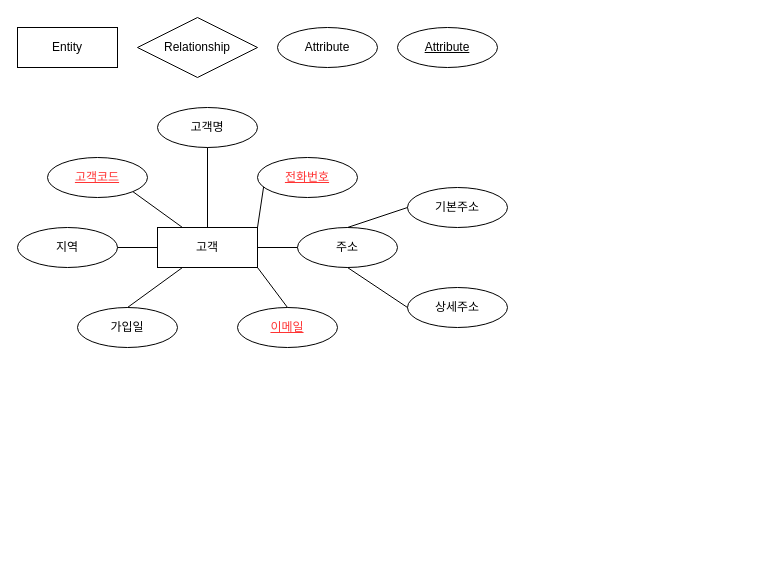
Above: 제목 없는 다이어그램.drawio in suhyun5252/til-dbms (draw.io), before the change. Source tidied: cells renumbered, new cells numbered last; positions are measured from the earlier drawing's top-left corner, leaving out a move shared by most shapes. Both pictures are drawn from the tidied source at 100%, with x=0, y=0 at pixel (17, 17).
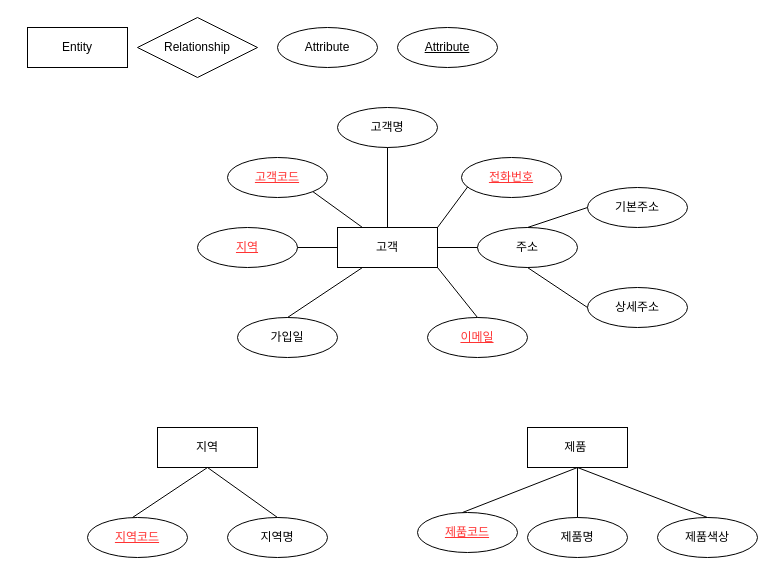
The same diagram, later.

Commit message:
제목 없는 다이어그램.drawio 업데이트

What changed in the source:
```diff
@@
     <mxCell id="2" value="Entity" style="whiteSpace=wrap;html=1;align=center;" parent="1" vertex="1">
-      <mxGeometry y="10" width="100" height="40" as="geometry" />
+      <mxGeometry x="10" y="10" width="100" height="40" as="geometry" />
     </mxCell>
@@
     <mxCell id="6" value="고객" style="whiteSpace=wrap;html=1;align=center;" parent="1" vertex="1">
-      <mxGeometry x="140" y="210" width="100" height="40" as="geometry" />
+      <mxGeometry x="320" y="210" width="100" height="40" as="geometry" />
     </mxCell>
     <mxCell id="7" value="&lt;font style=&quot;color: rgb(255, 51, 51);&quot;&gt;&lt;u&gt;고객코드&lt;/u&gt;&lt;/font&gt;" style="ellipse;whiteSpace=wrap;html=1;align=center;" parent="1" vertex="1">
-      <mxGeometry x="30" y="140" width="100" height="40" as="geometry" />
+      <mxGeometry x="210" y="140" width="100" height="40" as="geometry" />
     </mxCell>
     <mxCell id="8" value="고객명" style="ellipse;whiteSpace=wrap;html=1;align=center;" parent="1" vertex="1">
-      <mxGeometry x="140" y="90" width="100" height="40" as="geometry" />
+      <mxGeometry x="320" y="90" width="100" height="40" as="geometry" />
     </mxCell>
     <mxCell id="9" value="&lt;font style=&quot;color: rgb(255, 51, 51);&quot;&gt;&lt;u&gt;전화번호&lt;/u&gt;&lt;/font&gt;" style="ellipse;whiteSpace=wrap;html=1;align=center;" parent="1" vertex="1">
-      <mxGeometry x="240" y="140" width="100" height="40" as="geometry" />
+      <mxGeometry x="444" y="140" width="100" height="40" as="geometry" />
     </mxCell>
     <mxCell id="10" value="&lt;font style=&quot;color: rgb(255, 51, 51);&quot;&gt;&lt;u&gt;이메일&lt;/u&gt;&lt;/font&gt;" style="ellipse;whiteSpace=wrap;html=1;align=center;" parent="1" vertex="1">
-      <mxGeometry x="220" y="290" width="100" height="40" as="geometry" />
+      <mxGeometry x="410" y="300" width="100" height="40" as="geometry" />
     </mxCell>
     <mxCell id="11" value="주소" style="ellipse;whiteSpace=wrap;html=1;align=center;" parent="1" vertex="1">
-      <mxGeometry x="280" y="210" width="100" height="40" as="geometry" />
+      <mxGeometry x="460" y="210" width="100" height="40" as="geometry" />
     </mxCell>
     <mxCell id="12" value="가입일" style="ellipse;whiteSpace=wrap;html=1;align=center;" parent="1" vertex="1">
-      <mxGeometry x="60" y="290" width="100" height="40" as="geometry" />
+      <mxGeometry x="220" y="300" width="100" height="40" as="geometry" />
     </mxCell>
-    <mxCell id="13" value="지역" style="ellipse;whiteSpace=wrap;html=1;align=center;" parent="1" vertex="1">
-      <mxGeometry y="210" width="100" height="40" as="geometry" />
+    <mxCell id="13" value="&lt;font style=&quot;color: rgb(255, 51, 51);&quot;&gt;&lt;u&gt;지역&lt;/u&gt;&lt;/font&gt;" style="ellipse;whiteSpace=wrap;html=1;align=center;" parent="1" vertex="1">
+      <mxGeometry x="180" y="210" width="100" height="40" as="geometry" />
     </mxCell>
@@
     <mxCell id="21" value="기본주소" style="ellipse;whiteSpace=wrap;html=1;align=center;" parent="1" vertex="1">
-      <mxGeometry x="390" y="170" width="100" height="40" as="geometry" />
+      <mxGeometry x="570" y="170" width="100" height="40" as="geometry" />
     </mxCell>
     <mxCell id="22" value="상세주소" style="ellipse;whiteSpace=wrap;html=1;align=center;" parent="1" vertex="1">
-      <mxGeometry x="390" y="270" width="100" height="40" as="geometry" />
+      <mxGeometry x="570" y="270" width="100" height="40" as="geometry" />
     </mxCell>
@@
+    <mxCell id="25" value="지역" style="whiteSpace=wrap;html=1;align=center;" parent="1" vertex="1">
+      <mxGeometry x="140" y="410" width="100" height="40" as="geometry" />
+    </mxCell>
+    <mxCell id="26" value="&lt;font style=&quot;color: rgb(255, 51, 51);&quot;&gt;&lt;u&gt;지역코드&lt;/u&gt;&lt;/font&gt;" style="ellipse;whiteSpace=wrap;html=1;align=center;" parent="1" vertex="1">
+      <mxGeometry x="70" y="500" width="100" height="40" as="geometry" />
+    </mxCell>
+    <mxCell id="27" value="지역명" style="ellipse;whiteSpace=wrap;html=1;align=center;" parent="1" vertex="1">
+      <mxGeometry x="210" y="500" width="100" height="40" as="geometry" />
+    </mxCell>
+    <mxCell id="28" style="endArrow=none;html=1;rounded=0;exitX=0.45;exitY=0;exitDx=0;exitDy=0;entryX=0.5;entryY=1;entryDx=0;entryDy=0;exitPerimeter=0;" parent="1" edge="1" source="26" target="25">
+      <mxGeometry relative="1" as="geometry" />
+    </mxCell>
+    <mxCell id="29" style="endArrow=none;html=1;rounded=0;exitX=0.5;exitY=0;exitDx=0;exitDy=0;entryX=0.5;entryY=1;entryDx=0;entryDy=0;" parent="1" edge="1" source="27" target="25">
+      <mxGeometry relative="1" as="geometry" />
+    </mxCell>
+    <mxCell id="30" value="제품&amp;nbsp;" style="whiteSpace=wrap;html=1;align=center;" parent="1" vertex="1">
+      <mxGeometry x="510" y="410" width="100" height="40" as="geometry" />
+    </mxCell>
+    <mxCell id="31" value="&lt;font style=&quot;color: rgb(255, 51, 51);&quot;&gt;&lt;u&gt;제품코드&lt;/u&gt;&lt;/font&gt;" style="ellipse;whiteSpace=wrap;html=1;align=center;" parent="1" vertex="1">
+      <mxGeometry x="400" y="495" width="100" height="40" as="geometry" />
+    </mxCell>
+    <mxCell id="32" value="제품색상" style="ellipse;whiteSpace=wrap;html=1;align=center;" parent="1" vertex="1">
+      <mxGeometry x="640" y="500" width="100" height="40" as="geometry" />
+    </mxCell>
+    <mxCell id="33" style="endArrow=none;html=1;rounded=0;exitX=0.45;exitY=0;exitDx=0;exitDy=0;entryX=0.5;entryY=1;entryDx=0;entryDy=0;exitPerimeter=0;" parent="1" edge="1" source="31" target="30">
+      <mxGeometry relative="1" as="geometry" />
+    </mxCell>
+    <mxCell id="34" style="endArrow=none;html=1;rounded=0;exitX=0.5;exitY=0;exitDx=0;exitDy=0;entryX=0.5;entryY=1;entryDx=0;entryDy=0;" parent="1" edge="1" source="32" target="30">
+      <mxGeometry relative="1" as="geometry" />
+    </mxCell>
+    <mxCell id="35" value="제품명" style="ellipse;whiteSpace=wrap;html=1;align=center;" parent="1" vertex="1">
+      <mxGeometry x="510" y="500" width="100" height="40" as="geometry" />
+    </mxCell>
+    <mxCell id="36" style="endArrow=none;html=1;rounded=0;exitX=0.5;exitY=0;exitDx=0;exitDy=0;" parent="1" edge="1" source="35">
+      <mxGeometry relative="1" as="geometry">
+        <mxPoint x="560" y="450" as="targetPoint" />
+      </mxGeometry>
+    </mxCell>
```
